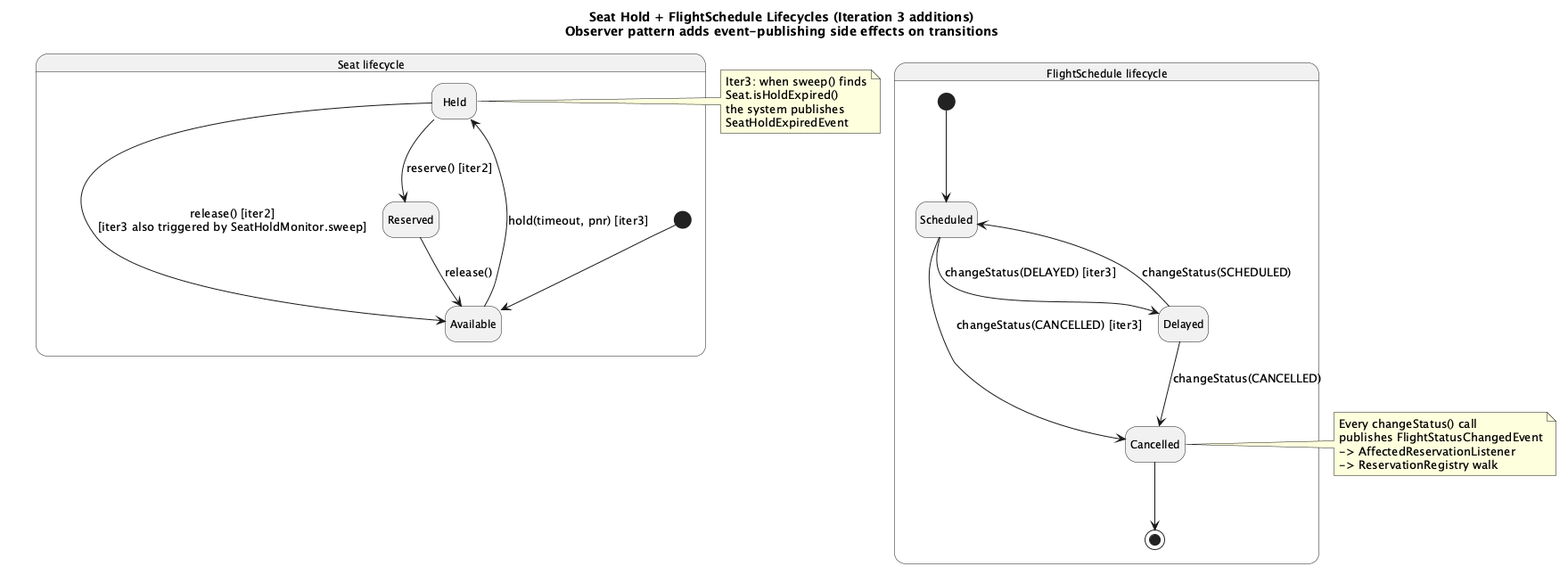
The PlantUML diagram docs/diagrams/iter3-puml/state-seat-flight.png in gimjungwook/KoreanAirReservationDomain, before a commit. The source it was exported from:
```plantuml
@startuml state-seat-flight
title Seat Hold + FlightSchedule Lifecycles (Iteration 3 additions)\nObserver pattern adds event-publishing side effects on transitions
hide empty description
skinparam stateFontSize 12

state "Seat lifecycle" as SeatSL {
  [*] --> Available
  Available --> Held : hold(timeout, pnr) [iter3]
  Held --> Reserved : reserve() [iter2]
  Held --> Available : release() [iter2]\n[iter3 also triggered by SeatHoldMonitor.sweep]
  Reserved --> Available : release()
}

state "FlightSchedule lifecycle" as FsSL {
  [*] --> Scheduled
  Scheduled --> Delayed : changeStatus(DELAYED) [iter3]
  Scheduled --> Cancelled : changeStatus(CANCELLED) [iter3]
  Delayed --> Scheduled : changeStatus(SCHEDULED)
  Delayed --> Cancelled : changeStatus(CANCELLED)
  Cancelled --> [*]
}

note right of Held
  Iter3: when sweep() finds
  Seat.isHoldExpired()
  the system publishes
  SeatHoldExpiredEvent
end note

note right of Cancelled
  Every changeStatus() call
  publishes FlightStatusChangedEvent
  -> AffectedReservationListener
  -> ReservationRegistry walk
end note
@enduml
```
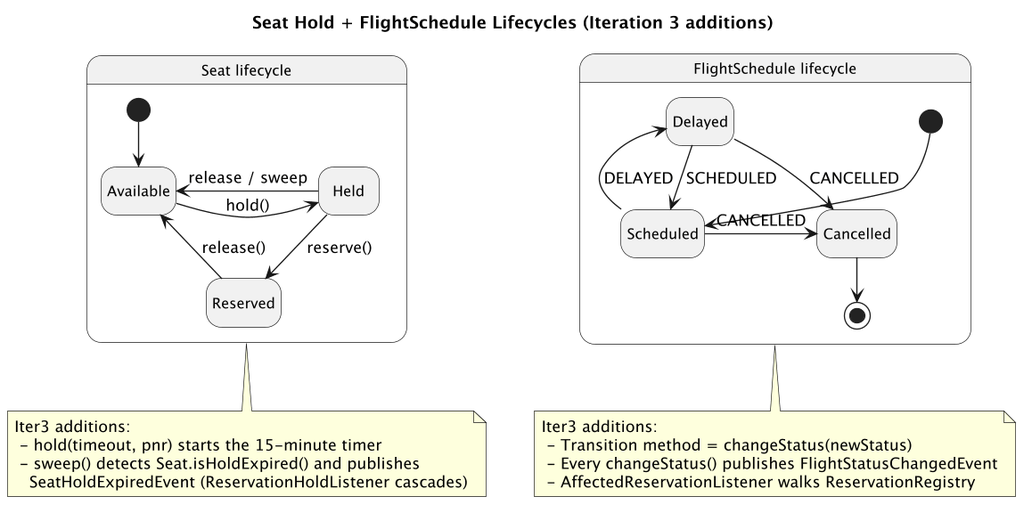
The same diagram one commit later.

Change to the diagram source:
```diff
@@ -1,36 +1,40 @@
 @startuml state-seat-flight
-title Seat Hold + FlightSchedule Lifecycles (Iteration 3 additions)\nObserver pattern adds event-publishing side effects on transitions
+title Seat Hold + FlightSchedule Lifecycles (Iteration 3 additions)
 hide empty description
 skinparam stateFontSize 12
+skinparam ranksep 55
+skinparam nodesep 40
+skinparam shadowing false
+skinparam dpi 130
 
 state "Seat lifecycle" as SeatSL {
-  [*] --> Available
-  Available --> Held : hold(timeout, pnr) [iter3]
-  Held --> Reserved : reserve() [iter2]
-  Held --> Available : release() [iter2]\n[iter3 also triggered by SeatHoldMonitor.sweep]
-  Reserved --> Available : release()
+  [*] -down-> Available
+  Available -right-> Held : hold()
+  Held -down-> Reserved : reserve()
+  Held -left-> Available : release / sweep
+  Reserved -up-> Available : release()
 }
 
 state "FlightSchedule lifecycle" as FsSL {
-  [*] --> Scheduled
-  Scheduled --> Delayed : changeStatus(DELAYED) [iter3]
-  Scheduled --> Cancelled : changeStatus(CANCELLED) [iter3]
-  Delayed --> Scheduled : changeStatus(SCHEDULED)
-  Delayed --> Cancelled : changeStatus(CANCELLED)
-  Cancelled --> [*]
+  [*] -down-> Scheduled
+  Scheduled -up-> Delayed : DELAYED
+  Delayed -down-> Scheduled : SCHEDULED
+  Scheduled -right-> Cancelled : CANCELLED
+  Delayed -right-> Cancelled : CANCELLED
+  Cancelled -down-> [*]
 }
 
-note right of Held
-  Iter3: when sweep() finds
-  Seat.isHoldExpired()
-  the system publishes
-  SeatHoldExpiredEvent
+note bottom of SeatSL
+  Iter3 additions:
+   - hold(timeout, pnr) starts the 15-minute timer
+   - sweep() detects Seat.isHoldExpired() and publishes
+     SeatHoldExpiredEvent (ReservationHoldListener cascades)
 end note
 
-note right of Cancelled
-  Every changeStatus() call
-  publishes FlightStatusChangedEvent
-  -> AffectedReservationListener
-  -> ReservationRegistry walk
+note bottom of FsSL
+  Iter3 additions:
+   - Transition method = changeStatus(newStatus)
+   - Every changeStatus() publishes FlightStatusChangedEvent
+   - AffectedReservationListener walks ReservationRegistry
 end note
 @enduml
```
